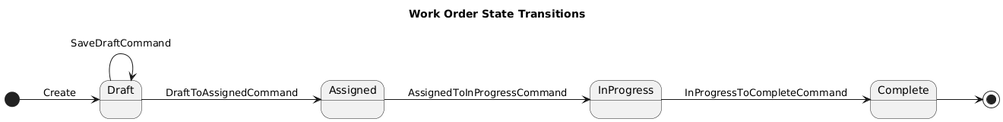
Above: arch/arch-state-workorder.png in ClearMeasureLabs/bootcamp-palermo-workorders (PlantUML), before the change.
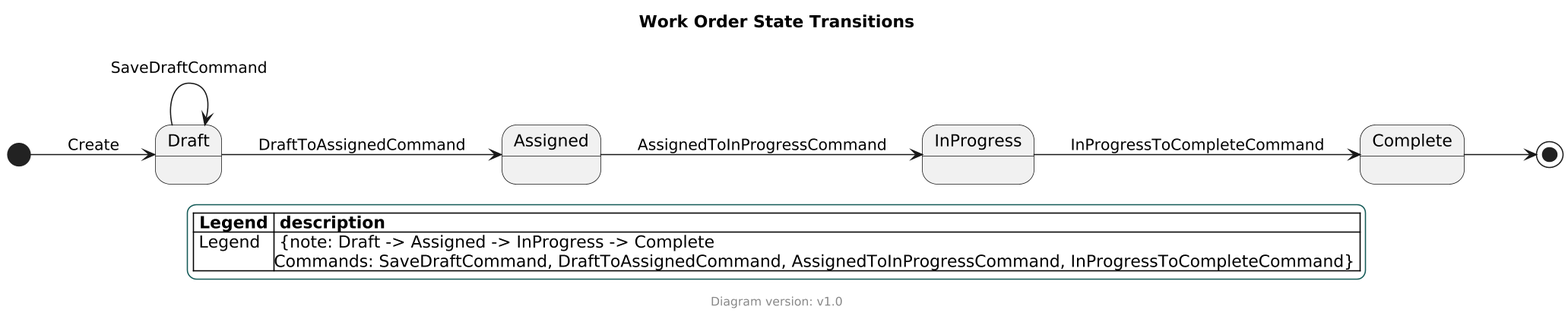
After the change.

Change to the diagram source:
```diff
@@ -1,4 +1,6 @@
 @startuml
+!includeurl https://raw.githubusercontent.com/ClearMeasureLabs/bootcamp-palermo-workorders/docs/architecture-enhancements/arch/templates/plantuml-theme.puml
+
 title Work Order State Transitions
 
 left to right direction
@@ -14,4 +16,6 @@
 
 Complete --> [*]
 
+LEGEND("Legend","Draft -> Assigned -> InProgress -> Complete\nCommands: SaveDraftCommand, DraftToAssignedCommand, AssignedToInProgressCommand, InProgressToCompleteCommand")
+FOOTER()
 @enduml
```
